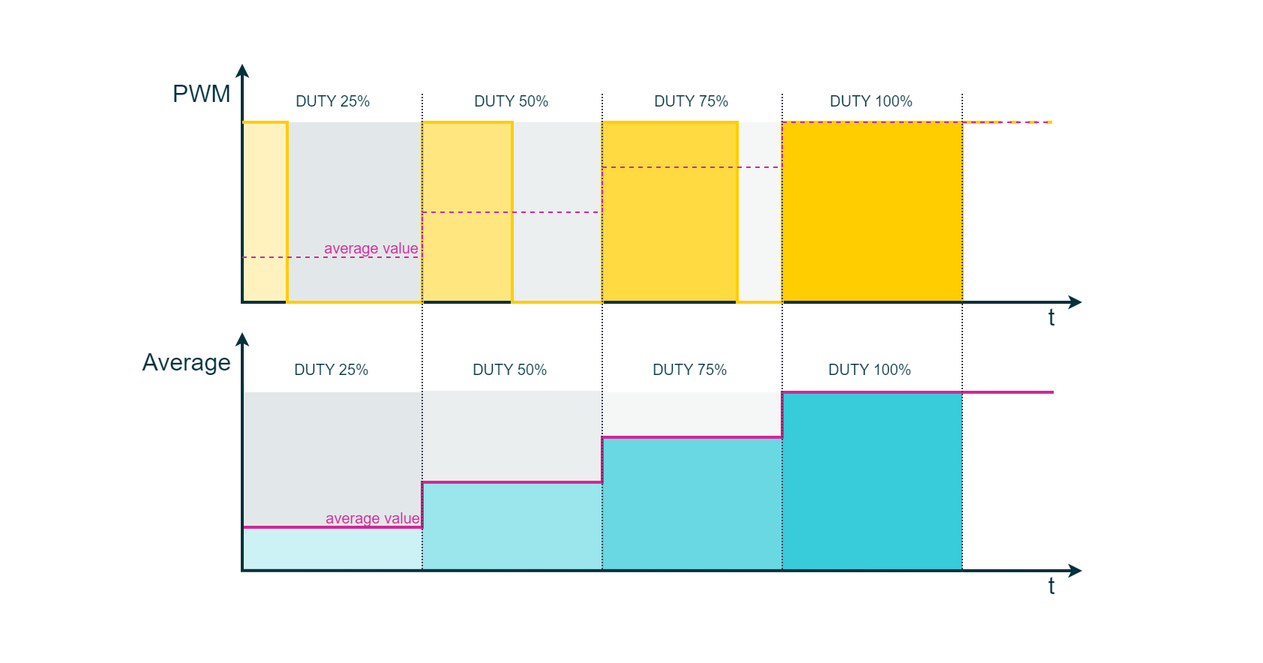
Before: draw.io/PE Articles/General knowledge/Fundamentals/PWM 101 from Duty Cycle to Motor Control/PWM and Average value (PE).png, a diagram exported from draw.io (PLAY-Embedded/pe_assets). Source tidied: cells renumbered, new cells last; positions are measured from the earlier drawing's top-left corner, leaving out a move shared by most shapes. The source it was exported from:
```xml
<mxGraphModel>
  <root>
    <mxCell id="0" />
    <mxCell id="1" parent="0" />
    <mxCell id="2" style="rounded=0;whiteSpace=wrap;html=1;strokeColor=#00313C;strokeWidth=2;fontFamily=Arial;fontSize=20;fontColor=#FFFFFF;fillColor=#00313C;opacity=0;" parent="1" vertex="1">
      <mxGeometry width="840" height="440" as="geometry" />
    </mxCell>
    <mxCell id="3" style="rounded=0;whiteSpace=wrap;html=1;fontFamily=Arial;fontSize=10;fontColor=#FFFFFF;strokeColor=none;strokeWidth=2;fillColor=#D8E0E1;opacity=25;" parent="1" vertex="1">
      <mxGeometry x="490" y="80" width="30" height="120" as="geometry" />
    </mxCell>
    <mxCell id="4" value="&lt;font&gt;DUTY 75%&lt;/font&gt;" style="rounded=0;whiteSpace=wrap;html=1;fontFamily=Arial;fontSize=10;fontColor=#00313C;strokeColor=none;strokeWidth=2;fillColor=none;" parent="1" vertex="1">
      <mxGeometry x="400" y="61" width="120" height="10" as="geometry" />
    </mxCell>
    <mxCell id="5" value="&lt;font&gt;DUTY 100%&lt;/font&gt;" style="rounded=0;whiteSpace=wrap;html=1;fontFamily=Arial;fontSize=10;fontColor=#00313C;strokeColor=none;strokeWidth=2;fillColor=none;" parent="1" vertex="1">
      <mxGeometry x="520" y="61" width="120" height="10" as="geometry" />
    </mxCell>
    <mxCell id="6" style="rounded=0;whiteSpace=wrap;html=1;fontFamily=Arial;fontSize=10;fontColor=#FFFFFF;strokeColor=none;strokeWidth=2;fillColor=#38CBDA;opacity=25;shadow=0;" parent="1" vertex="1">
      <mxGeometry x="160" y="349" width="120" height="30" as="geometry" />
    </mxCell>
    <mxCell id="7" style="rounded=0;whiteSpace=wrap;html=1;fontFamily=Arial;fontSize=10;fontColor=#FFFFFF;strokeColor=none;strokeWidth=2;fillColor=#38CBDA;opacity=50;shadow=0;" parent="1" vertex="1">
      <mxGeometry x="280" y="319" width="121" height="60" as="geometry" />
    </mxCell>
    <mxCell id="8" style="rounded=0;whiteSpace=wrap;html=1;fontFamily=Arial;fontSize=10;fontColor=#FFFFFF;strokeColor=none;strokeWidth=2;fillColor=#38CBDA;opacity=75;shadow=0;" parent="1" vertex="1">
      <mxGeometry x="400" y="289" width="120" height="90" as="geometry" />
    </mxCell>
    <mxCell id="9" style="rounded=0;whiteSpace=wrap;html=1;fontFamily=Arial;fontSize=10;fontColor=#FFFFFF;strokeColor=none;strokeWidth=2;fillColor=#38CBDA;shadow=0;" parent="1" vertex="1">
      <mxGeometry x="520" y="259" width="120" height="120" as="geometry" />
    </mxCell>
    <mxCell id="10" style="rounded=0;whiteSpace=wrap;html=1;fontFamily=Arial;fontSize=10;fontColor=#FFFFFF;strokeColor=#FFCD00;strokeWidth=2;fillColor=#FFCD00;opacity=25;" parent="1" vertex="1">
      <mxGeometry x="160" y="80" width="30" height="120" as="geometry" />
    </mxCell>
    <mxCell id="11" style="rounded=0;whiteSpace=wrap;html=1;fontFamily=Arial;fontSize=10;fontColor=#FFFFFF;strokeColor=#FFCD00;strokeWidth=2;fillColor=#FFCD00;opacity=50;" parent="1" vertex="1">
      <mxGeometry x="280" y="80" width="60" height="120" as="geometry" />
    </mxCell>
    <mxCell id="12" style="rounded=0;whiteSpace=wrap;html=1;fontFamily=Arial;fontSize=10;fontColor=#FFFFFF;strokeColor=#FFCD00;strokeWidth=2;fillColor=#FFCD00;opacity=75;" parent="1" vertex="1">
      <mxGeometry x="400" y="80" width="90" height="120" as="geometry" />
    </mxCell>
    <mxCell id="13" style="rounded=0;whiteSpace=wrap;html=1;fontFamily=Arial;fontSize=10;fontColor=#FFFFFF;strokeColor=#FFCD00;strokeWidth=2;fillColor=#FFCD00;" parent="1" vertex="1">
      <mxGeometry x="520" y="80" width="120" height="120" as="geometry" />
    </mxCell>
    <mxCell id="14" style="rounded=0;whiteSpace=wrap;html=1;fontFamily=Arial;fontSize=10;fontColor=#FFFFFF;strokeColor=none;strokeWidth=2;fillColor=#D8E0E1;opacity=50;" parent="1" vertex="1">
      <mxGeometry x="340" y="80" width="60" height="120" as="geometry" />
    </mxCell>
    <mxCell id="15" style="rounded=0;whiteSpace=wrap;html=1;fontFamily=Arial;fontSize=10;fontColor=#FFFFFF;strokeColor=none;strokeWidth=2;fillColor=#D8E0E1;opacity=75;" parent="1" vertex="1">
      <mxGeometry x="190" y="80" width="90" height="120" as="geometry" />
    </mxCell>
    <mxCell id="16" style="rounded=0;whiteSpace=wrap;html=1;fontFamily=Arial;fontSize=10;fontColor=#FFFFFF;strokeColor=none;strokeWidth=2;fillColor=#D8E0E1;opacity=75;" parent="1" vertex="1">
      <mxGeometry x="161" y="260" width="119" height="89" as="geometry" />
    </mxCell>
    <mxCell id="17" style="rounded=0;whiteSpace=wrap;html=1;fontFamily=Arial;fontSize=10;fontColor=#FFFFFF;strokeColor=none;strokeWidth=2;fillColor=#D8E0E1;opacity=55;" parent="1" vertex="1">
      <mxGeometry x="280" y="259" width="120" height="61" as="geometry" />
    </mxCell>
    <mxCell id="18" style="rounded=0;whiteSpace=wrap;html=1;fontFamily=Arial;fontSize=10;fontColor=#FFFFFF;strokeColor=none;strokeWidth=2;fillColor=#D8E0E1;opacity=25;" parent="1" vertex="1">
      <mxGeometry x="400" y="260" width="120" height="30" as="geometry" />
    </mxCell>
    <mxCell id="19" value="&lt;font&gt;DUTY 25%&lt;/font&gt;" style="rounded=0;whiteSpace=wrap;html=1;fontFamily=Arial;fontSize=10;fontColor=#00313C;strokeColor=none;strokeWidth=2;fillColor=none;" parent="1" vertex="1">
      <mxGeometry x="161" y="61" width="120" height="10" as="geometry" />
    </mxCell>
    <mxCell id="20" value="&lt;font&gt;DUTY 50%&lt;/font&gt;" style="rounded=0;whiteSpace=wrap;html=1;fontFamily=Arial;fontSize=10;fontColor=#00313C;strokeColor=none;strokeWidth=2;fillColor=none;" parent="1" vertex="1">
      <mxGeometry x="280" y="61" width="120" height="10" as="geometry" />
    </mxCell>
    <mxCell id="21" style="endArrow=classic;html=1;strokeColor=#00313C;fontSize=10;fontColor=#101820;align=right;verticalAlign=bottom;endSize=3;startSize=3;strokeWidth=2;rounded=0;startArrow=classic;startFill=1;fontFamily=Arial;fillColor=#00313C;" parent="1" edge="1">
      <mxGeometry x="0.93" y="40" relative="1" as="geometry">
        <mxPoint x="720" y="200" as="sourcePoint" />
        <mxPoint x="160" y="41" as="targetPoint" />
        <Array as="points">
          <mxPoint x="160" y="200" />
        </Array>
        <mxPoint x="1" as="offset" />
      </mxGeometry>
    </mxCell>
    <mxCell id="22" value="&lt;font color=&quot;#00313c&quot;&gt;PWM&lt;/font&gt;" style="rounded=0;whiteSpace=wrap;html=1;strokeColor=none;strokeWidth=2;fillColor=none;fontFamily=Arial;fontSize=16;fontColor=#3D3F4F;align=right;" parent="1" vertex="1">
      <mxGeometry x="90" y="51" width="65" height="20" as="geometry" />
    </mxCell>
    <mxCell id="23" value="&lt;font color=&quot;#00313c&quot;&gt;t&lt;/font&gt;" style="rounded=0;whiteSpace=wrap;html=1;strokeColor=none;strokeWidth=2;fillColor=none;fontFamily=Arial;fontSize=16;fontColor=#3D3F4F;" parent="1" vertex="1">
      <mxGeometry x="680" y="200" width="40" height="20" as="geometry" />
    </mxCell>
    <mxCell id="24" style="endArrow=none;html=1;labelBackgroundColor=none;strokeColor=#FFCD00;strokeWidth=2;fontSize=12;fontColor=#c00e04;align=center;fillColor=#FFCD00;rounded=0;fontFamily=Arial;" parent="1" edge="1">
      <mxGeometry relative="1" as="geometry">
        <mxPoint x="660" y="80" as="sourcePoint" />
        <mxPoint x="160" y="80" as="targetPoint" />
        <Array as="points">
          <mxPoint x="520" y="80" />
          <mxPoint x="520" y="200" />
          <mxPoint x="490" y="200" />
          <mxPoint x="490" y="80" />
          <mxPoint x="400" y="80" />
          <mxPoint x="400" y="200" />
          <mxPoint x="340" y="200" />
          <mxPoint x="340" y="80" />
          <mxPoint x="280" y="80" />
          <mxPoint x="280" y="200" />
          <mxPoint x="190" y="200" />
          <mxPoint x="190" y="80" />
        </Array>
      </mxGeometry>
    </mxCell>
    <mxCell id="25" style="endArrow=classic;html=1;strokeColor=#00313C;fontSize=10;fontColor=#101820;align=right;verticalAlign=bottom;endSize=3;startSize=3;strokeWidth=2;rounded=0;startArrow=classic;startFill=1;fontFamily=Arial;fillColor=#00313C;" parent="1" edge="1">
      <mxGeometry x="0.93" y="40" relative="1" as="geometry">
        <mxPoint x="720" y="379" as="sourcePoint" />
        <mxPoint x="160" y="220" as="targetPoint" />
        <Array as="points">
          <mxPoint x="160" y="378.9" />
        </Array>
        <mxPoint x="1" as="offset" />
      </mxGeometry>
    </mxCell>
    <mxCell id="26" value="&lt;font color=&quot;#00313c&quot;&gt;Average&lt;/font&gt;" style="rounded=0;whiteSpace=wrap;html=1;strokeColor=none;strokeWidth=2;fillColor=none;fontFamily=Arial;fontSize=16;fontColor=#3D3F4F;align=right;" parent="1" vertex="1">
      <mxGeometry x="90" y="230" width="65" height="20" as="geometry" />
    </mxCell>
    <mxCell id="27" value="&lt;font color=&quot;#00313c&quot;&gt;t&lt;/font&gt;" style="rounded=0;whiteSpace=wrap;html=1;strokeColor=none;strokeWidth=2;fillColor=none;fontFamily=Arial;fontSize=16;fontColor=#3D3F4F;" parent="1" vertex="1">
      <mxGeometry x="680" y="379" width="40" height="20" as="geometry" />
    </mxCell>
    <mxCell id="28" value="&lt;font color=&quot;#d62598&quot;&gt;average value&lt;/font&gt;" style="rounded=0;whiteSpace=wrap;html=1;fontFamily=Arial;fontSize=10;fontColor=#8637BA;strokeColor=none;strokeWidth=2;fillColor=none;align=right;" parent="1" vertex="1">
      <mxGeometry x="161" y="339" width="120" height="10" as="geometry" />
    </mxCell>
    <mxCell id="29" value="&lt;font color=&quot;#d62598&quot;&gt;average value&lt;/font&gt;" style="rounded=0;whiteSpace=wrap;html=1;fontFamily=Arial;fontSize=10;fontColor=#8637BA;strokeColor=none;strokeWidth=2;fillColor=none;align=right;" parent="1" vertex="1">
      <mxGeometry x="160" y="159" width="120" height="10" as="geometry" />
    </mxCell>
    <mxCell id="30" style="endArrow=none;html=1;strokeWidth=2;rounded=0;fontFamily=Arial;fontSize=20;fontColor=#101820;fillColor=#D62598;strokeColor=#D62598;" parent="1" edge="1">
      <mxGeometry relative="1" as="geometry">
        <mxPoint x="161" y="350" as="sourcePoint" />
        <mxPoint x="701" y="260" as="targetPoint" />
        <Array as="points">
          <mxPoint x="280" y="350" />
          <mxPoint x="280" y="320" />
          <mxPoint x="400" y="320" />
          <mxPoint x="400" y="290" />
          <mxPoint x="520" y="290" />
          <mxPoint x="520" y="260" />
        </Array>
      </mxGeometry>
    </mxCell>
    <mxCell id="31" value="&lt;font&gt;DUTY 25%&lt;/font&gt;" style="rounded=0;whiteSpace=wrap;html=1;fontFamily=Arial;fontSize=10;fontColor=#00313C;strokeColor=none;strokeWidth=2;fillColor=none;" parent="1" vertex="1">
      <mxGeometry x="160" y="240" width="120" height="10" as="geometry" />
    </mxCell>
    <mxCell id="32" value="&lt;font&gt;DUTY 50%&lt;/font&gt;" style="rounded=0;whiteSpace=wrap;html=1;fontFamily=Arial;fontSize=10;fontColor=#00313C;strokeColor=none;strokeWidth=2;fillColor=none;" parent="1" vertex="1">
      <mxGeometry x="279" y="240" width="120" height="10" as="geometry" />
    </mxCell>
    <mxCell id="33" value="&lt;font&gt;DUTY 75%&lt;/font&gt;" style="rounded=0;whiteSpace=wrap;html=1;fontFamily=Arial;fontSize=10;fontColor=#00313C;strokeColor=none;strokeWidth=2;fillColor=none;" parent="1" vertex="1">
      <mxGeometry x="399" y="240" width="120" height="10" as="geometry" />
    </mxCell>
    <mxCell id="34" value="&lt;font&gt;DUTY 100%&lt;/font&gt;" style="rounded=0;whiteSpace=wrap;html=1;fontFamily=Arial;fontSize=10;fontColor=#00313C;strokeColor=none;strokeWidth=2;fillColor=none;" parent="1" vertex="1">
      <mxGeometry x="519" y="240" width="120" height="10" as="geometry" />
    </mxCell>
    <mxCell id="35" style="endArrow=none;dashed=1;html=1;dashPattern=1 1;strokeWidth=1;rounded=0;fontFamily=Arial;fontSize=20;fontColor=#101820;fillColor=#3D3F4F;strokeColor=#3D3F4F;" parent="1" edge="1">
      <mxGeometry relative="1" as="geometry">
        <mxPoint x="280" y="380" as="sourcePoint" />
        <mxPoint x="280" y="60" as="targetPoint" />
      </mxGeometry>
    </mxCell>
    <mxCell id="36" style="endArrow=none;dashed=1;html=1;dashPattern=1 1;strokeWidth=1;rounded=0;fontFamily=Arial;fontSize=20;fontColor=#101820;fillColor=#3D3F4F;strokeColor=#3D3F4F;" parent="1" edge="1">
      <mxGeometry relative="1" as="geometry">
        <mxPoint x="400" y="380" as="sourcePoint" />
        <mxPoint x="400" y="60" as="targetPoint" />
      </mxGeometry>
    </mxCell>
    <mxCell id="37" style="endArrow=none;dashed=1;html=1;dashPattern=1 1;strokeWidth=1;rounded=0;fontFamily=Arial;fontSize=20;fontColor=#101820;fillColor=#3D3F4F;strokeColor=#3D3F4F;" parent="1" edge="1">
      <mxGeometry relative="1" as="geometry">
        <mxPoint x="520" y="380" as="sourcePoint" />
        <mxPoint x="520" y="60" as="targetPoint" />
      </mxGeometry>
    </mxCell>
    <mxCell id="38" style="endArrow=none;dashed=1;html=1;dashPattern=1 1;strokeWidth=1;rounded=0;fontFamily=Arial;fontSize=20;fontColor=#101820;fillColor=#3D3F4F;strokeColor=#3D3F4F;" parent="1" edge="1">
      <mxGeometry relative="1" as="geometry">
        <mxPoint x="640" y="380" as="sourcePoint" />
        <mxPoint x="640" y="60" as="targetPoint" />
      </mxGeometry>
    </mxCell>
    <mxCell id="39" style="endArrow=none;html=1;labelBackgroundColor=none;strokeColor=#FFCD00;strokeWidth=2;fontSize=12;fontColor=#c00e04;align=center;dashed=1;fillColor=#FFCD00;fontFamily=Arial;" parent="1" edge="1">
      <mxGeometry relative="1" as="geometry">
        <mxPoint x="660" y="80" as="sourcePoint" />
        <mxPoint x="700" y="80" as="targetPoint" />
      </mxGeometry>
    </mxCell>
    <mxCell id="40" style="endArrow=none;dashed=1;html=1;strokeWidth=1;rounded=0;fontFamily=Arial;fontSize=20;fontColor=#101820;fillColor=#D62598;strokeColor=#D62598;" parent="1" edge="1">
      <mxGeometry relative="1" as="geometry">
        <mxPoint x="160" y="170" as="sourcePoint" />
        <mxPoint x="700" y="80" as="targetPoint" />
        <Array as="points">
          <mxPoint x="280" y="170" />
          <mxPoint x="280" y="140" />
          <mxPoint x="400" y="140" />
          <mxPoint x="400" y="110" />
          <mxPoint x="520" y="110" />
          <mxPoint x="520" y="80" />
        </Array>
      </mxGeometry>
    </mxCell>
  </root>
</mxGraphModel>
```
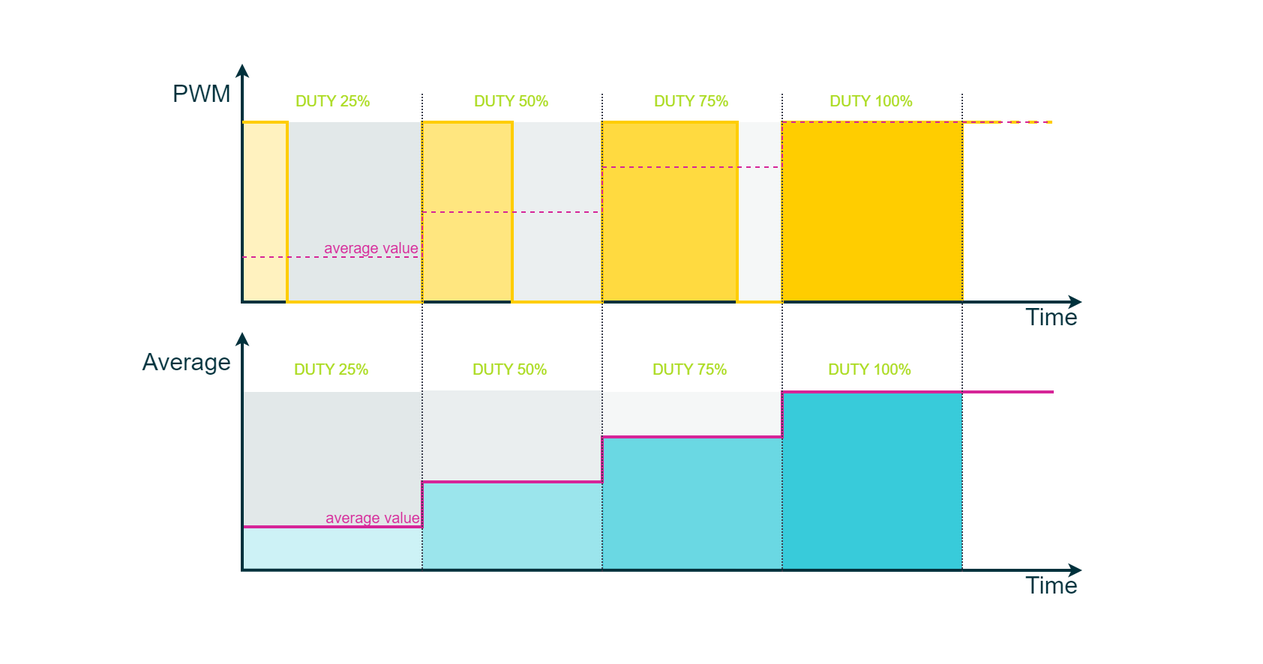
After the commit.

What changed in the source:
```diff
@@ -8,10 +8,10 @@
     <mxCell id="3" style="rounded=0;whiteSpace=wrap;html=1;fontFamily=Arial;fontSize=10;fontColor=#FFFFFF;strokeColor=none;strokeWidth=2;fillColor=#D8E0E1;opacity=25;" parent="1" vertex="1">
       <mxGeometry x="490" y="80" width="30" height="120" as="geometry" />
     </mxCell>
-    <mxCell id="4" value="&lt;font&gt;DUTY 75%&lt;/font&gt;" style="rounded=0;whiteSpace=wrap;html=1;fontFamily=Arial;fontSize=10;fontColor=#00313C;strokeColor=none;strokeWidth=2;fillColor=none;" parent="1" vertex="1">
+    <mxCell id="4" value="&lt;font color=&quot;#aadb1e&quot;&gt;DUTY 75%&lt;/font&gt;" style="rounded=0;whiteSpace=wrap;html=1;fontFamily=Arial;fontSize=10;fontColor=#00313C;strokeColor=none;strokeWidth=2;fillColor=none;" parent="1" vertex="1">
       <mxGeometry x="400" y="61" width="120" height="10" as="geometry" />
     </mxCell>
-    <mxCell id="5" value="&lt;font&gt;DUTY 100%&lt;/font&gt;" style="rounded=0;whiteSpace=wrap;html=1;fontFamily=Arial;fontSize=10;fontColor=#00313C;strokeColor=none;strokeWidth=2;fillColor=none;" parent="1" vertex="1">
+    <mxCell id="5" value="&lt;font color=&quot;#aadb1e&quot;&gt;DUTY 100%&lt;/font&gt;" style="rounded=0;whiteSpace=wrap;html=1;fontFamily=Arial;fontSize=10;fontColor=#00313C;strokeColor=none;strokeWidth=2;fillColor=none;" parent="1" vertex="1">
       <mxGeometry x="520" y="61" width="120" height="10" as="geometry" />
     </mxCell>
     <mxCell id="6" style="rounded=0;whiteSpace=wrap;html=1;fontFamily=Arial;fontSize=10;fontColor=#FFFFFF;strokeColor=none;strokeWidth=2;fillColor=#38CBDA;opacity=25;shadow=0;" parent="1" vertex="1">
@@ -53,10 +53,10 @@
     <mxCell id="18" style="rounded=0;whiteSpace=wrap;html=1;fontFamily=Arial;fontSize=10;fontColor=#FFFFFF;strokeColor=none;strokeWidth=2;fillColor=#D8E0E1;opacity=25;" parent="1" vertex="1">
       <mxGeometry x="400" y="260" width="120" height="30" as="geometry" />
     </mxCell>
-    <mxCell id="19" value="&lt;font&gt;DUTY 25%&lt;/font&gt;" style="rounded=0;whiteSpace=wrap;html=1;fontFamily=Arial;fontSize=10;fontColor=#00313C;strokeColor=none;strokeWidth=2;fillColor=none;" parent="1" vertex="1">
+    <mxCell id="19" value="&lt;font color=&quot;#aadb1e&quot;&gt;DUTY 25%&lt;/font&gt;" style="rounded=0;whiteSpace=wrap;html=1;fontFamily=Arial;fontSize=10;fontColor=#00313C;strokeColor=none;strokeWidth=2;fillColor=none;" parent="1" vertex="1">
       <mxGeometry x="161" y="61" width="120" height="10" as="geometry" />
     </mxCell>
-    <mxCell id="20" value="&lt;font&gt;DUTY 50%&lt;/font&gt;" style="rounded=0;whiteSpace=wrap;html=1;fontFamily=Arial;fontSize=10;fontColor=#00313C;strokeColor=none;strokeWidth=2;fillColor=none;" parent="1" vertex="1">
+    <mxCell id="20" value="&lt;font color=&quot;#aadb1e&quot;&gt;DUTY 50%&lt;/font&gt;" style="rounded=0;whiteSpace=wrap;html=1;fontFamily=Arial;fontSize=10;fontColor=#00313C;strokeColor=none;strokeWidth=2;fillColor=none;" parent="1" vertex="1">
       <mxGeometry x="280" y="61" width="120" height="10" as="geometry" />
     </mxCell>
     <mxCell id="21" style="endArrow=classic;html=1;strokeColor=#00313C;fontSize=10;fontColor=#101820;align=right;verticalAlign=bottom;endSize=3;startSize=3;strokeWidth=2;rounded=0;startArrow=classic;startFill=1;fontFamily=Arial;fillColor=#00313C;" parent="1" edge="1">
@@ -72,7 +72,7 @@
     <mxCell id="22" value="&lt;font color=&quot;#00313c&quot;&gt;PWM&lt;/font&gt;" style="rounded=0;whiteSpace=wrap;html=1;strokeColor=none;strokeWidth=2;fillColor=none;fontFamily=Arial;fontSize=16;fontColor=#3D3F4F;align=right;" parent="1" vertex="1">
       <mxGeometry x="90" y="51" width="65" height="20" as="geometry" />
     </mxCell>
-    <mxCell id="23" value="&lt;font color=&quot;#00313c&quot;&gt;t&lt;/font&gt;" style="rounded=0;whiteSpace=wrap;html=1;strokeColor=none;strokeWidth=2;fillColor=none;fontFamily=Arial;fontSize=16;fontColor=#3D3F4F;" parent="1" vertex="1">
+    <mxCell id="23" value="&lt;font color=&quot;#00313c&quot;&gt;Time&lt;/font&gt;" style="rounded=0;whiteSpace=wrap;html=1;strokeColor=none;strokeWidth=2;fillColor=none;fontFamily=Arial;fontSize=16;fontColor=#3D3F4F;" parent="1" vertex="1">
       <mxGeometry x="680" y="200" width="40" height="20" as="geometry" />
     </mxCell>
     <mxCell id="24" style="endArrow=none;html=1;labelBackgroundColor=none;strokeColor=#FFCD00;strokeWidth=2;fontSize=12;fontColor=#c00e04;align=center;fillColor=#FFCD00;rounded=0;fontFamily=Arial;" parent="1" edge="1">
@@ -108,7 +108,7 @@
     <mxCell id="26" value="&lt;font color=&quot;#00313c&quot;&gt;Average&lt;/font&gt;" style="rounded=0;whiteSpace=wrap;html=1;strokeColor=none;strokeWidth=2;fillColor=none;fontFamily=Arial;fontSize=16;fontColor=#3D3F4F;align=right;" parent="1" vertex="1">
       <mxGeometry x="90" y="230" width="65" height="20" as="geometry" />
     </mxCell>
-    <mxCell id="27" value="&lt;font color=&quot;#00313c&quot;&gt;t&lt;/font&gt;" style="rounded=0;whiteSpace=wrap;html=1;strokeColor=none;strokeWidth=2;fillColor=none;fontFamily=Arial;fontSize=16;fontColor=#3D3F4F;" parent="1" vertex="1">
+    <mxCell id="27" value="&lt;font color=&quot;#00313c&quot;&gt;Time&lt;/font&gt;" style="rounded=0;whiteSpace=wrap;html=1;strokeColor=none;strokeWidth=2;fillColor=none;fontFamily=Arial;fontSize=16;fontColor=#3D3F4F;" parent="1" vertex="1">
       <mxGeometry x="680" y="379" width="40" height="20" as="geometry" />
     </mxCell>
     <mxCell id="28" value="&lt;font color=&quot;#d62598&quot;&gt;average value&lt;/font&gt;" style="rounded=0;whiteSpace=wrap;html=1;fontFamily=Arial;fontSize=10;fontColor=#8637BA;strokeColor=none;strokeWidth=2;fillColor=none;align=right;" parent="1" vertex="1">
@@ -131,16 +131,16 @@
         </Array>
       </mxGeometry>
     </mxCell>
-    <mxCell id="31" value="&lt;font&gt;DUTY 25%&lt;/font&gt;" style="rounded=0;whiteSpace=wrap;html=1;fontFamily=Arial;fontSize=10;fontColor=#00313C;strokeColor=none;strokeWidth=2;fillColor=none;" parent="1" vertex="1">
+    <mxCell id="31" value="&lt;font color=&quot;#aadb1e&quot;&gt;DUTY 25%&lt;/font&gt;" style="rounded=0;whiteSpace=wrap;html=1;fontFamily=Arial;fontSize=10;fontColor=#00313C;strokeColor=none;strokeWidth=2;fillColor=none;" parent="1" vertex="1">
       <mxGeometry x="160" y="240" width="120" height="10" as="geometry" />
     </mxCell>
-    <mxCell id="32" value="&lt;font&gt;DUTY 50%&lt;/font&gt;" style="rounded=0;whiteSpace=wrap;html=1;fontFamily=Arial;fontSize=10;fontColor=#00313C;strokeColor=none;strokeWidth=2;fillColor=none;" parent="1" vertex="1">
+    <mxCell id="32" value="&lt;font color=&quot;#aadb1e&quot;&gt;DUTY 50%&lt;/font&gt;" style="rounded=0;whiteSpace=wrap;html=1;fontFamily=Arial;fontSize=10;fontColor=#00313C;strokeColor=none;strokeWidth=2;fillColor=none;" parent="1" vertex="1">
       <mxGeometry x="279" y="240" width="120" height="10" as="geometry" />
     </mxCell>
-    <mxCell id="33" value="&lt;font&gt;DUTY 75%&lt;/font&gt;" style="rounded=0;whiteSpace=wrap;html=1;fontFamily=Arial;fontSize=10;fontColor=#00313C;strokeColor=none;strokeWidth=2;fillColor=none;" parent="1" vertex="1">
+    <mxCell id="33" value="&lt;font color=&quot;#aadb1e&quot;&gt;DUTY 75%&lt;/font&gt;" style="rounded=0;whiteSpace=wrap;html=1;fontFamily=Arial;fontSize=10;fontColor=#00313C;strokeColor=none;strokeWidth=2;fillColor=none;" parent="1" vertex="1">
       <mxGeometry x="399" y="240" width="120" height="10" as="geometry" />
     </mxCell>
-    <mxCell id="34" value="&lt;font&gt;DUTY 100%&lt;/font&gt;" style="rounded=0;whiteSpace=wrap;html=1;fontFamily=Arial;fontSize=10;fontColor=#00313C;strokeColor=none;strokeWidth=2;fillColor=none;" parent="1" vertex="1">
+    <mxCell id="34" value="&lt;font color=&quot;#aadb1e&quot;&gt;DUTY 100%&lt;/font&gt;" style="rounded=0;whiteSpace=wrap;html=1;fontFamily=Arial;fontSize=10;fontColor=#00313C;strokeColor=none;strokeWidth=2;fillColor=none;" parent="1" vertex="1">
       <mxGeometry x="519" y="240" width="120" height="10" as="geometry" />
     </mxCell>
     <mxCell id="35" style="endArrow=none;dashed=1;html=1;dashPattern=1 1;strokeWidth=1;rounded=0;fontFamily=Arial;fontSize=20;fontColor=#101820;fillColor=#3D3F4F;strokeColor=#3D3F4F;" parent="1" edge="1">
```
